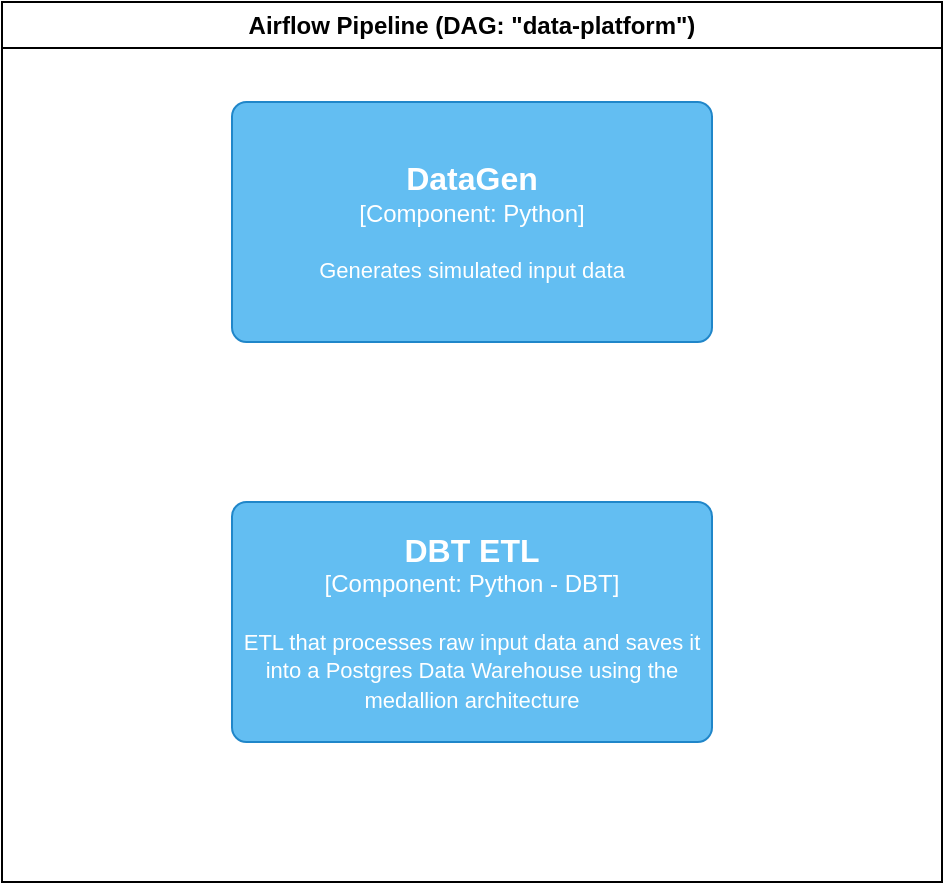
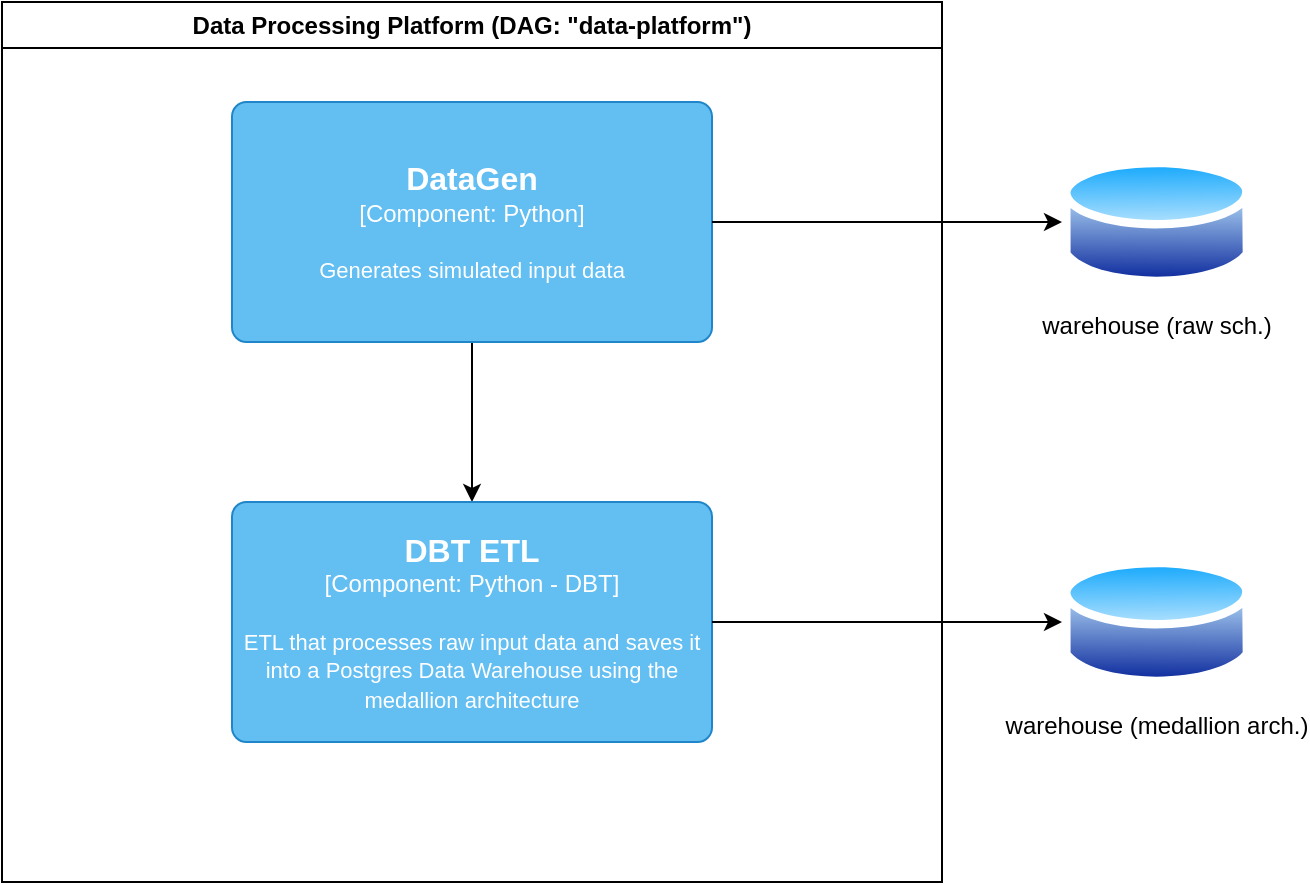
<mxfile host="65bd71144e">
    <diagram id="xYE2t8iVQX2xIOo_Cokw" name="Components">
-         <mxGraphModel dx="595" dy="496" grid="1" gridSize="10" guides="1" tooltips="1" connect="1" arrows="1" fold="1" page="1" pageScale="1" pageWidth="850" pageHeight="1100" math="0" shadow="0">
+         <mxGraphModel dx="606" dy="496" grid="1" gridSize="10" guides="1" tooltips="1" connect="1" arrows="1" fold="1" page="1" pageScale="1" pageWidth="850" pageHeight="1100" math="0" shadow="0">
            <root>
                <mxCell id="0"/>
                <mxCell id="1" parent="0"/>
-                 <mxCell id="3" value="Airflow Pipeline (DAG: &quot;data-platform&quot;)" style="swimlane;whiteSpace=wrap;html=1;" parent="1" vertex="1">
+                 <mxCell id="3" value="Data Processing Platform (DAG: &quot;data-platform&quot;)" style="swimlane;whiteSpace=wrap;html=1;" parent="1" vertex="1">
                    <mxGeometry x="80" y="50" width="470" height="440" as="geometry"/>
+                 </mxCell>
+                 <mxCell id="5" style="edgeStyle=none;html=1;exitX=0.5;exitY=1;exitDx=0;exitDy=0;exitPerimeter=0;entryX=0.5;entryY=0;entryDx=0;entryDy=0;entryPerimeter=0;" edge="1" parent="3" source="2" target="4">
+                     <mxGeometry relative="1" as="geometry"/>
                </mxCell>
                <object placeholders="1" c4Name="DataGen" c4Type="Component" c4Technology="Python" c4Description="Generates simulated input data" label="&lt;font style=&quot;font-size: 16px&quot;&gt;&lt;b&gt;%c4Name%&lt;/b&gt;&lt;/font&gt;&lt;div&gt;[%c4Type%: %c4Technology%]&lt;/div&gt;&lt;br&gt;&lt;div&gt;&lt;font style=&quot;font-size: 11px&quot;&gt;%c4Description%&lt;/font&gt;&lt;/div&gt;" id="2">
                    <mxCell style="rounded=1;whiteSpace=wrap;html=1;labelBackgroundColor=none;fillColor=#63BEF2;fontColor=#ffffff;align=center;arcSize=6;strokeColor=#2086C9;metaEdit=1;resizable=0;points=[[0.25,0,0],[0.5,0,0],[0.75,0,0],[1,0.25,0],[1,0.5,0],[1,0.75,0],[0.75,1,0],[0.5,1,0],[0.25,1,0],[0,0.75,0],[0,0.5,0],[0,0.25,0]];" parent="3" vertex="1">
                        <mxGeometry x="115" y="50" width="240" height="120" as="geometry"/>
                    </mxCell>
                </object>
                <object placeholders="1" c4Name="DBT ETL" c4Type="Component" c4Technology="Python - DBT" c4Description="ETL that processes raw input data and saves it into a Postgres Data Warehouse using the medallion architecture" label="&lt;font style=&quot;font-size: 16px&quot;&gt;&lt;b&gt;%c4Name%&lt;/b&gt;&lt;/font&gt;&lt;div&gt;[%c4Type%: %c4Technology%]&lt;/div&gt;&lt;br&gt;&lt;div&gt;&lt;font style=&quot;font-size: 11px&quot;&gt;%c4Description%&lt;/font&gt;&lt;/div&gt;" id="4">
                    <mxCell style="rounded=1;whiteSpace=wrap;html=1;labelBackgroundColor=none;fillColor=#63BEF2;fontColor=#ffffff;align=center;arcSize=6;strokeColor=#2086C9;metaEdit=1;resizable=0;points=[[0.25,0,0],[0.5,0,0],[0.75,0,0],[1,0.25,0],[1,0.5,0],[1,0.75,0],[0.75,1,0],[0.5,1,0],[0.25,1,0],[0,0.75,0],[0,0.5,0],[0,0.25,0]];" parent="3" vertex="1">
                        <mxGeometry x="115" y="250" width="240" height="120" as="geometry"/>
                    </mxCell>
                </object>
+                 <mxCell id="6" value="warehouse (medallion arch.)" style="aspect=fixed;perimeter=ellipsePerimeter;html=1;align=center;shadow=0;dashed=0;spacingTop=3;image;image=img/lib/active_directory/database.svg;" vertex="1" parent="1">
+                     <mxGeometry x="610" y="325" width="94.59" height="70" as="geometry"/>
+                 </mxCell>
+                 <mxCell id="7" style="edgeStyle=none;html=1;exitX=1;exitY=0.5;exitDx=0;exitDy=0;exitPerimeter=0;entryX=0;entryY=0.5;entryDx=0;entryDy=0;" edge="1" parent="1" source="4" target="6">
+                     <mxGeometry relative="1" as="geometry"/>
+                 </mxCell>
+                 <mxCell id="9" value="warehouse (raw sch.)" style="aspect=fixed;perimeter=ellipsePerimeter;html=1;align=center;shadow=0;dashed=0;spacingTop=3;image;image=img/lib/active_directory/database.svg;" vertex="1" parent="1">
+                     <mxGeometry x="610" y="125" width="94.59" height="70" as="geometry"/>
+                 </mxCell>
+                 <mxCell id="12" style="edgeStyle=none;html=1;exitX=1;exitY=0.5;exitDx=0;exitDy=0;exitPerimeter=0;entryX=0;entryY=0.5;entryDx=0;entryDy=0;" edge="1" parent="1" source="2" target="9">
+                     <mxGeometry relative="1" as="geometry"/>
+                 </mxCell>
            </root>
        </mxGraphModel>
    </diagram>
    <diagram id="dlRddYenT5C0NCbDUq_K" name="Bronze">
        <mxGraphModel dx="595" dy="496" grid="1" gridSize="10" guides="1" tooltips="1" connect="1" arrows="1" fold="1" page="1" pageScale="1" pageWidth="850" pageHeight="1100" math="0" shadow="0">
            <root>
                <mxCell id="0"/>
                <mxCell id="1" parent="0"/>
                <mxCell id="EnvoA6NxCNI2YnVRdgfu-5" value="users" style="shape=table;startSize=30;container=1;collapsible=0;childLayout=tableLayout;fixedRows=1;rowLines=0;fontStyle=1;" parent="1" vertex="1">
                    <mxGeometry x="50" y="35" width="200" height="330" as="geometry"/>
                </mxCell>
                <mxCell id="EnvoA6NxCNI2YnVRdgfu-6" value="" style="shape=tableRow;horizontal=0;startSize=0;swimlaneHead=0;swimlaneBody=0;top=0;left=0;bottom=0;right=0;collapsible=0;dropTarget=0;fillColor=none;points=[[0,0.5],[1,0.5]];portConstraint=eastwest;" parent="EnvoA6NxCNI2YnVRdgfu-5" vertex="1">
                    <mxGeometry y="30" width="200" height="30" as="geometry"/>
                </mxCell>
                <mxCell id="EnvoA6NxCNI2YnVRdgfu-7" value="PK" style="shape=partialRectangle;html=1;whiteSpace=wrap;connectable=0;fillColor=none;top=0;left=0;bottom=0;right=0;overflow=hidden;pointerEvents=1;" parent="EnvoA6NxCNI2YnVRdgfu-6" vertex="1">
                    <mxGeometry width="44" height="30" as="geometry">
                        <mxRectangle width="44" height="30" as="alternateBounds"/>
                    </mxGeometry>
                </mxCell>
                <mxCell id="EnvoA6NxCNI2YnVRdgfu-8" value="user_id: SERIAL" style="shape=partialRectangle;html=1;whiteSpace=wrap;connectable=0;fillColor=none;top=0;left=0;bottom=0;right=0;align=left;spacingLeft=6;overflow=hidden;fontStyle=1" parent="EnvoA6NxCNI2YnVRdgfu-6" vertex="1">
                    <mxGeometry x="44" width="156" height="30" as="geometry">
                        <mxRectangle width="156" height="30" as="alternateBounds"/>
                    </mxGeometry>
                </mxCell>
                <mxCell id="EnvoA6NxCNI2YnVRdgfu-9" value="" style="shape=tableRow;horizontal=0;startSize=0;swimlaneHead=0;swimlaneBody=0;top=0;left=0;bottom=0;right=0;collapsible=0;dropTarget=0;fillColor=none;points=[[0,0.5],[1,0.5]];portConstraint=eastwest;" parent="EnvoA6NxCNI2YnVRdgfu-5" vertex="1">
                    <mxGeometry y="60" width="200" height="30" as="geometry"/>
                </mxCell>
                <mxCell id="EnvoA6NxCNI2YnVRdgfu-10" value="" style="shape=partialRectangle;html=1;whiteSpace=wrap;connectable=0;fillColor=none;top=0;left=0;bottom=0;right=0;overflow=hidden;" parent="EnvoA6NxCNI2YnVRdgfu-9" vertex="1">
                    <mxGeometry width="44" height="30" as="geometry">
                        <mxRectangle width="44" height="30" as="alternateBounds"/>
                    </mxGeometry>
                </mxCell>
                <mxCell id="EnvoA6NxCNI2YnVRdgfu-11" value="full_name: VARCHAR" style="shape=partialRectangle;html=1;whiteSpace=wrap;connectable=0;fillColor=none;top=0;left=0;bottom=0;right=0;align=left;spacingLeft=6;overflow=hidden;" parent="EnvoA6NxCNI2YnVRdgfu-9" vertex="1">
                    <mxGeometry x="44" width="156" height="30" as="geometry">
                        <mxRectangle width="156" height="30" as="alternateBounds"/>
                    </mxGeometry>
                </mxCell>
                <mxCell id="EnvoA6NxCNI2YnVRdgfu-40" value="" style="shape=tableRow;horizontal=0;startSize=0;swimlaneHead=0;swimlaneBody=0;top=0;left=0;bottom=0;right=0;collapsible=0;dropTarget=0;fillColor=none;points=[[0,0.5],[1,0.5]];portConstraint=eastwest;" parent="EnvoA6NxCNI2YnVRdgfu-5" vertex="1">
                    <mxGeometry y="90" width="200" height="30" as="geometry"/>
                </mxCell>
                <mxCell id="EnvoA6NxCNI2YnVRdgfu-41" value="" style="shape=partialRectangle;html=1;whiteSpace=wrap;connectable=0;fillColor=none;top=0;left=0;bottom=0;right=0;overflow=hidden;" parent="EnvoA6NxCNI2YnVRdgfu-40" vertex="1">
                    <mxGeometry width="44" height="30" as="geometry">
                        <mxRectangle width="44" height="30" as="alternateBounds"/>
                    </mxGeometry>
                </mxCell>
                <mxCell id="EnvoA6NxCNI2YnVRdgfu-42" value="address: VARCHAR" style="shape=partialRectangle;html=1;whiteSpace=wrap;connectable=0;fillColor=none;top=0;left=0;bottom=0;right=0;align=left;spacingLeft=6;overflow=hidden;" parent="EnvoA6NxCNI2YnVRdgfu-40" vertex="1">
                    <mxGeometry x="44" width="156" height="30" as="geometry">
                        <mxRectangle width="156" height="30" as="alternateBounds"/>
                    </mxGeometry>
                </mxCell>
                <mxCell id="iwA-QdRS2liRwgP0JRse-1" value="" style="shape=tableRow;horizontal=0;startSize=0;swimlaneHead=0;swimlaneBody=0;top=0;left=0;bottom=0;right=0;collapsible=0;dropTarget=0;fillColor=none;points=[[0,0.5],[1,0.5]];portConstraint=eastwest;" parent="EnvoA6NxCNI2YnVRdgfu-5" vertex="1">
                    <mxGeometry y="120" width="200" height="30" as="geometry"/>
                </mxCell>
                <mxCell id="iwA-QdRS2liRwgP0JRse-2" value="" style="shape=partialRectangle;html=1;whiteSpace=wrap;connectable=0;fillColor=none;top=0;left=0;bottom=0;right=0;overflow=hidden;" parent="iwA-QdRS2liRwgP0JRse-1" vertex="1">
                    <mxGeometry width="44" height="30" as="geometry">
                        <mxRectangle width="44" height="30" as="alternateBounds"/>
                    </mxGeometry>
                </mxCell>
                <mxCell id="iwA-QdRS2liRwgP0JRse-3" value="city: VARCHAR" style="shape=partialRectangle;html=1;whiteSpace=wrap;connectable=0;fillColor=none;top=0;left=0;bottom=0;right=0;align=left;spacingLeft=6;overflow=hidden;" parent="iwA-QdRS2liRwgP0JRse-1" vertex="1">
                    <mxGeometry x="44" width="156" height="30" as="geometry">
                        <mxRectangle width="156" height="30" as="alternateBounds"/>
                    </mxGeometry>
                </mxCell>
                <mxCell id="iwA-QdRS2liRwgP0JRse-4" value="" style="shape=tableRow;horizontal=0;startSize=0;swimlaneHead=0;swimlaneBody=0;top=0;left=0;bottom=0;right=0;collapsible=0;dropTarget=0;fillColor=none;points=[[0,0.5],[1,0.5]];portConstraint=eastwest;" parent="EnvoA6NxCNI2YnVRdgfu-5" vertex="1">
                    <mxGeometry y="150" width="200" height="30" as="geometry"/>
                </mxCell>
                <mxCell id="iwA-QdRS2liRwgP0JRse-5" value="" style="shape=partialRectangle;html=1;whiteSpace=wrap;connectable=0;fillColor=none;top=0;left=0;bottom=0;right=0;overflow=hidden;" parent="iwA-QdRS2liRwgP0JRse-4" vertex="1">
                    <mxGeometry width="44" height="30" as="geometry">
                        <mxRectangle width="44" height="30" as="alternateBounds"/>
                    </mxGeometry>
                </mxCell>
                <mxCell id="iwA-QdRS2liRwgP0JRse-6" value="state: VARCHAR" style="shape=partialRectangle;html=1;whiteSpace=wrap;connectable=0;fillColor=none;top=0;left=0;bottom=0;right=0;align=left;spacingLeft=6;overflow=hidden;" parent="iwA-QdRS2liRwgP0JRse-4" vertex="1">
                    <mxGeometry x="44" width="156" height="30" as="geometry">
                        <mxRectangle width="156" height="30" as="alternateBounds"/>
                    </mxGeometry>
                </mxCell>
                <mxCell id="EnvoA6NxCNI2YnVRdgfu-34" value="" style="shape=tableRow;horizontal=0;startSize=0;swimlaneHead=0;swimlaneBody=0;top=0;left=0;bottom=0;right=0;collapsible=0;dropTarget=0;fillColor=none;points=[[0,0.5],[1,0.5]];portConstraint=eastwest;" parent="EnvoA6NxCNI2YnVRdgfu-5" vertex="1">
                    <mxGeometry y="180" width="200" height="30" as="geometry"/>
                </mxCell>
                <mxCell id="EnvoA6NxCNI2YnVRdgfu-35" value="" style="shape=partialRectangle;html=1;whiteSpace=wrap;connectable=0;fillColor=none;top=0;left=0;bottom=0;right=0;overflow=hidden;" parent="EnvoA6NxCNI2YnVRdgfu-34" vertex="1">
                    <mxGeometry width="44" height="30" as="geometry">
                        <mxRectangle width="44" height="30" as="alternateBounds"/>
                    </mxGeometry>
                </mxCell>
                <mxCell id="EnvoA6NxCNI2YnVRdgfu-36" value="country: VARCHAR" style="shape=partialRectangle;html=1;whiteSpace=wrap;connectable=0;fillColor=none;top=0;left=0;bottom=0;right=0;align=left;spacingLeft=6;overflow=hidden;" parent="EnvoA6NxCNI2YnVRdgfu-34" vertex="1">
                    <mxGeometry x="44" width="156" height="30" as="geometry">
                        <mxRectangle width="156" height="30" as="alternateBounds"/>
                    </mxGeometry>
                </mxCell>
                <mxCell id="EnvoA6NxCNI2YnVRdgfu-12" value="" style="shape=tableRow;horizontal=0;startSize=0;swimlaneHead=0;swimlaneBody=0;top=0;left=0;bottom=0;right=0;collapsible=0;dropTarget=0;fillColor=none;points=[[0,0.5],[1,0.5]];portConstraint=eastwest;" parent="EnvoA6NxCNI2YnVRdgfu-5" vertex="1">
                    <mxGeometry y="210" width="200" height="30" as="geometry"/>
                </mxCell>
                <mxCell id="EnvoA6NxCNI2YnVRdgfu-13" value="" style="shape=partialRectangle;html=1;whiteSpace=wrap;connectable=0;fillColor=none;top=0;left=0;bottom=0;right=0;overflow=hidden;" parent="EnvoA6NxCNI2YnVRdgfu-12" vertex="1">
                    <mxGeometry width="44" height="30" as="geometry">
                        <mxRectangle width="44" height="30" as="alternateBounds"/>
                    </mxGeometry>
                </mxCell>
                <mxCell id="EnvoA6NxCNI2YnVRdgfu-14" value="credit_limit: FLOAT" style="shape=partialRectangle;html=1;whiteSpace=wrap;connectable=0;fillColor=none;top=0;left=0;bottom=0;right=0;align=left;spacingLeft=6;overflow=hidden;" parent="EnvoA6NxCNI2YnVRdgfu-12" vertex="1">
                    <mxGeometry x="44" width="156" height="30" as="geometry">
                        <mxRectangle width="156" height="30" as="alternateBounds"/>
                    </mxGeometry>
                </mxCell>
                <mxCell id="EnvoA6NxCNI2YnVRdgfu-15" value="" style="shape=tableRow;horizontal=0;startSize=0;swimlaneHead=0;swimlaneBody=0;top=0;left=0;bottom=0;right=0;collapsible=0;dropTarget=0;fillColor=none;points=[[0,0.5],[1,0.5]];portConstraint=eastwest;" parent="EnvoA6NxCNI2YnVRdgfu-5" vertex="1">
                    <mxGeometry y="240" width="200" height="30" as="geometry"/>
                </mxCell>
                <mxCell id="EnvoA6NxCNI2YnVRdgfu-16" value="" style="shape=partialRectangle;html=1;whiteSpace=wrap;connectable=0;fillColor=none;top=0;left=0;bottom=0;right=0;overflow=hidden;" parent="EnvoA6NxCNI2YnVRdgfu-15" vertex="1">
                    <mxGeometry width="44" height="30" as="geometry">
                        <mxRectangle width="44" height="30" as="alternateBounds"/>
                    </mxGeometry>
                </mxCell>
                <mxCell id="EnvoA6NxCNI2YnVRdgfu-17" value="risk_score: FLOAT" style="shape=partialRectangle;html=1;whiteSpace=wrap;connectable=0;fillColor=none;top=0;left=0;bottom=0;right=0;align=left;spacingLeft=6;overflow=hidden;" parent="EnvoA6NxCNI2YnVRdgfu-15" vertex="1">
                    <mxGeometry x="44" width="156" height="30" as="geometry">
                        <mxRectangle width="156" height="30" as="alternateBounds"/>
                    </mxGeometry>
                </mxCell>
                <mxCell id="EnvoA6NxCNI2YnVRdgfu-31" value="" style="shape=tableRow;horizontal=0;startSize=0;swimlaneHead=0;swimlaneBody=0;top=0;left=0;bottom=0;right=0;collapsible=0;dropTarget=0;fillColor=none;points=[[0,0.5],[1,0.5]];portConstraint=eastwest;" parent="EnvoA6NxCNI2YnVRdgfu-5" vertex="1">
                    <mxGeometry y="270" width="200" height="30" as="geometry"/>
                </mxCell>
                <mxCell id="EnvoA6NxCNI2YnVRdgfu-32" value="" style="shape=partialRectangle;html=1;whiteSpace=wrap;connectable=0;fillColor=none;top=0;left=0;bottom=0;right=0;overflow=hidden;" parent="EnvoA6NxCNI2YnVRdgfu-31" vertex="1">
                    <mxGeometry width="44" height="30" as="geometry">
                        <mxRectangle width="44" height="30" as="alternateBounds"/>
                    </mxGeometry>
                </mxCell>
                <mxCell id="EnvoA6NxCNI2YnVRdgfu-33" value="created_at: TIMESTAMP" style="shape=partialRectangle;html=1;whiteSpace=wrap;connectable=0;fillColor=none;top=0;left=0;bottom=0;right=0;align=left;spacingLeft=6;overflow=hidden;" parent="EnvoA6NxCNI2YnVRdgfu-31" vertex="1">
                    <mxGeometry x="44" width="156" height="30" as="geometry">
                        <mxRectangle width="156" height="30" as="alternateBounds"/>
                    </mxGeometry>
                </mxCell>
                <mxCell id="EnvoA6NxCNI2YnVRdgfu-148" value="" style="shape=tableRow;horizontal=0;startSize=0;swimlaneHead=0;swimlaneBody=0;top=0;left=0;bottom=0;right=0;collapsible=0;dropTarget=0;fillColor=none;points=[[0,0.5],[1,0.5]];portConstraint=eastwest;" parent="EnvoA6NxCNI2YnVRdgfu-5" vertex="1">
                    <mxGeometry y="300" width="200" height="30" as="geometry"/>
                </mxCell>
                <mxCell id="EnvoA6NxCNI2YnVRdgfu-149" value="" style="shape=partialRectangle;html=1;whiteSpace=wrap;connectable=0;fillColor=none;top=0;left=0;bottom=0;right=0;overflow=hidden;" parent="EnvoA6NxCNI2YnVRdgfu-148" vertex="1">
                    <mxGeometry width="44" height="30" as="geometry">
                        <mxRectangle width="44" height="30" as="alternateBounds"/>
                    </mxGeometry>
                </mxCell>
                <mxCell id="EnvoA6NxCNI2YnVRdgfu-150" value="updated_at: TIMESTAMP" style="shape=partialRectangle;html=1;whiteSpace=wrap;connectable=0;fillColor=none;top=0;left=0;bottom=0;right=0;align=left;spacingLeft=6;overflow=hidden;" parent="EnvoA6NxCNI2YnVRdgfu-148" vertex="1">
                    <mxGeometry x="44" width="156" height="30" as="geometry">
                        <mxRectangle width="156" height="30" as="alternateBounds"/>
                    </mxGeometry>
                </mxCell>
                <mxCell id="EnvoA6NxCNI2YnVRdgfu-18" value="purchases" style="shape=table;startSize=30;container=1;collapsible=0;childLayout=tableLayout;fixedRows=1;rowLines=0;fontStyle=1;" parent="1" vertex="1">
                    <mxGeometry x="425" y="80" width="210" height="300" as="geometry"/>
                </mxCell>
                <mxCell id="EnvoA6NxCNI2YnVRdgfu-19" value="" style="shape=tableRow;horizontal=0;startSize=0;swimlaneHead=0;swimlaneBody=0;top=0;left=0;bottom=0;right=0;collapsible=0;dropTarget=0;fillColor=none;points=[[0,0.5],[1,0.5]];portConstraint=eastwest;" parent="EnvoA6NxCNI2YnVRdgfu-18" vertex="1">
                    <mxGeometry y="30" width="210" height="30" as="geometry"/>
                </mxCell>
                <mxCell id="EnvoA6NxCNI2YnVRdgfu-20" value="PK" style="shape=partialRectangle;html=1;whiteSpace=wrap;connectable=0;fillColor=none;top=0;left=0;bottom=0;right=0;overflow=hidden;pointerEvents=1;" parent="EnvoA6NxCNI2YnVRdgfu-19" vertex="1">
                    <mxGeometry width="47" height="30" as="geometry">
                        <mxRectangle width="47" height="30" as="alternateBounds"/>
                    </mxGeometry>
                </mxCell>
                <mxCell id="EnvoA6NxCNI2YnVRdgfu-21" value="purchase_id: SERIAL" style="shape=partialRectangle;html=1;whiteSpace=wrap;connectable=0;fillColor=none;top=0;left=0;bottom=0;right=0;align=left;spacingLeft=6;overflow=hidden;fontStyle=1" parent="EnvoA6NxCNI2YnVRdgfu-19" vertex="1">
                    <mxGeometry x="47" width="163" height="30" as="geometry">
                        <mxRectangle width="163" height="30" as="alternateBounds"/>
                    </mxGeometry>
                </mxCell>
                <mxCell id="EnvoA6NxCNI2YnVRdgfu-22" value="" style="shape=tableRow;horizontal=0;startSize=0;swimlaneHead=0;swimlaneBody=0;top=0;left=0;bottom=0;right=0;collapsible=0;dropTarget=0;fillColor=none;points=[[0,0.5],[1,0.5]];portConstraint=eastwest;" parent="EnvoA6NxCNI2YnVRdgfu-18" vertex="1">
                    <mxGeometry y="60" width="210" height="30" as="geometry"/>
                </mxCell>
                <mxCell id="EnvoA6NxCNI2YnVRdgfu-23" value="FK" style="shape=partialRectangle;html=1;whiteSpace=wrap;connectable=0;fillColor=none;top=0;left=0;bottom=0;right=0;overflow=hidden;" parent="EnvoA6NxCNI2YnVRdgfu-22" vertex="1">
                    <mxGeometry width="47" height="30" as="geometry">
                        <mxRectangle width="47" height="30" as="alternateBounds"/>
                    </mxGeometry>
                </mxCell>
                <mxCell id="EnvoA6NxCNI2YnVRdgfu-24" value="&lt;u&gt;user_id&lt;/u&gt;: INT" style="shape=partialRectangle;html=1;whiteSpace=wrap;connectable=0;fillColor=none;top=0;left=0;bottom=0;right=0;align=left;spacingLeft=6;overflow=hidden;" parent="EnvoA6NxCNI2YnVRdgfu-22" vertex="1">
                    <mxGeometry x="47" width="163" height="30" as="geometry">
                        <mxRectangle width="163" height="30" as="alternateBounds"/>
                    </mxGeometry>
                </mxCell>
                <mxCell id="EnvoA6NxCNI2YnVRdgfu-25" value="" style="shape=tableRow;horizontal=0;startSize=0;swimlaneHead=0;swimlaneBody=0;top=0;left=0;bottom=0;right=0;collapsible=0;dropTarget=0;fillColor=none;points=[[0,0.5],[1,0.5]];portConstraint=eastwest;" parent="EnvoA6NxCNI2YnVRdgfu-18" vertex="1">
                    <mxGeometry y="90" width="210" height="30" as="geometry"/>
                </mxCell>
                <mxCell id="EnvoA6NxCNI2YnVRdgfu-26" value="FK" style="shape=partialRectangle;html=1;whiteSpace=wrap;connectable=0;fillColor=none;top=0;left=0;bottom=0;right=0;overflow=hidden;" parent="EnvoA6NxCNI2YnVRdgfu-25" vertex="1">
                    <mxGeometry width="47" height="30" as="geometry">
                        <mxRectangle width="47" height="30" as="alternateBounds"/>
                    </mxGeometry>
                </mxCell>
                <mxCell id="EnvoA6NxCNI2YnVRdgfu-27" value="&lt;u&gt;merchant_id&lt;/u&gt;: INT" style="shape=partialRectangle;html=1;whiteSpace=wrap;connectable=0;fillColor=none;top=0;left=0;bottom=0;right=0;align=left;spacingLeft=6;overflow=hidden;" parent="EnvoA6NxCNI2YnVRdgfu-25" vertex="1">
                    <mxGeometry x="47" width="163" height="30" as="geometry">
                        <mxRectangle width="163" height="30" as="alternateBounds"/>
                    </mxGeometry>
                </mxCell>
                <mxCell id="EnvoA6NxCNI2YnVRdgfu-28" value="" style="shape=tableRow;horizontal=0;startSize=0;swimlaneHead=0;swimlaneBody=0;top=0;left=0;bottom=0;right=0;collapsible=0;dropTarget=0;fillColor=none;points=[[0,0.5],[1,0.5]];portConstraint=eastwest;" parent="EnvoA6NxCNI2YnVRdgfu-18" vertex="1">
                    <mxGeometry y="120" width="210" height="30" as="geometry"/>
                </mxCell>
                <mxCell id="EnvoA6NxCNI2YnVRdgfu-29" value="" style="shape=partialRectangle;html=1;whiteSpace=wrap;connectable=0;fillColor=none;top=0;left=0;bottom=0;right=0;overflow=hidden;" parent="EnvoA6NxCNI2YnVRdgfu-28" vertex="1">
                    <mxGeometry width="47" height="30" as="geometry">
                        <mxRectangle width="47" height="30" as="alternateBounds"/>
                    </mxGeometry>
                </mxCell>
                <mxCell id="EnvoA6NxCNI2YnVRdgfu-30" value="product_id: INT" style="shape=partialRectangle;html=1;whiteSpace=wrap;connectable=0;fillColor=none;top=0;left=0;bottom=0;right=0;align=left;spacingLeft=6;overflow=hidden;" parent="EnvoA6NxCNI2YnVRdgfu-28" vertex="1">
                    <mxGeometry x="47" width="163" height="30" as="geometry">
                        <mxRectangle width="163" height="30" as="alternateBounds"/>
                    </mxGeometry>
                </mxCell>
                <mxCell id="EnvoA6NxCNI2YnVRdgfu-96" value="" style="shape=tableRow;horizontal=0;startSize=0;swimlaneHead=0;swimlaneBody=0;top=0;left=0;bottom=0;right=0;collapsible=0;dropTarget=0;fillColor=none;points=[[0,0.5],[1,0.5]];portConstraint=eastwest;" parent="EnvoA6NxCNI2YnVRdgfu-18" vertex="1">
                    <mxGeometry y="150" width="210" height="30" as="geometry"/>
                </mxCell>
                <mxCell id="EnvoA6NxCNI2YnVRdgfu-97" value="" style="shape=partialRectangle;html=1;whiteSpace=wrap;connectable=0;fillColor=none;top=0;left=0;bottom=0;right=0;overflow=hidden;" parent="EnvoA6NxCNI2YnVRdgfu-96" vertex="1">
                    <mxGeometry width="47" height="30" as="geometry">
                        <mxRectangle width="47" height="30" as="alternateBounds"/>
                    </mxGeometry>
                </mxCell>
                <mxCell id="EnvoA6NxCNI2YnVRdgfu-98" value="product_name: VARCHAR" style="shape=partialRectangle;html=1;whiteSpace=wrap;connectable=0;fillColor=none;top=0;left=0;bottom=0;right=0;align=left;spacingLeft=6;overflow=hidden;" parent="EnvoA6NxCNI2YnVRdgfu-96" vertex="1">
                    <mxGeometry x="47" width="163" height="30" as="geometry">
                        <mxRectangle width="163" height="30" as="alternateBounds"/>
                    </mxGeometry>
                </mxCell>
                <mxCell id="EnvoA6NxCNI2YnVRdgfu-99" value="" style="shape=tableRow;horizontal=0;startSize=0;swimlaneHead=0;swimlaneBody=0;top=0;left=0;bottom=0;right=0;collapsible=0;dropTarget=0;fillColor=none;points=[[0,0.5],[1,0.5]];portConstraint=eastwest;" parent="EnvoA6NxCNI2YnVRdgfu-18" vertex="1">
                    <mxGeometry y="180" width="210" height="30" as="geometry"/>
                </mxCell>
                <mxCell id="EnvoA6NxCNI2YnVRdgfu-100" value="" style="shape=partialRectangle;html=1;whiteSpace=wrap;connectable=0;fillColor=none;top=0;left=0;bottom=0;right=0;overflow=hidden;" parent="EnvoA6NxCNI2YnVRdgfu-99" vertex="1">
                    <mxGeometry width="47" height="30" as="geometry">
                        <mxRectangle width="47" height="30" as="alternateBounds"/>
                    </mxGeometry>
                </mxCell>
                <mxCell id="EnvoA6NxCNI2YnVRdgfu-101" value="purchase_value: FLOAT" style="shape=partialRectangle;html=1;whiteSpace=wrap;connectable=0;fillColor=none;top=0;left=0;bottom=0;right=0;align=left;spacingLeft=6;overflow=hidden;" parent="EnvoA6NxCNI2YnVRdgfu-99" vertex="1">
                    <mxGeometry x="47" width="163" height="30" as="geometry">
                        <mxRectangle width="163" height="30" as="alternateBounds"/>
                    </mxGeometry>
                </mxCell>
                <mxCell id="EnvoA6NxCNI2YnVRdgfu-102" value="" style="shape=tableRow;horizontal=0;startSize=0;swimlaneHead=0;swimlaneBody=0;top=0;left=0;bottom=0;right=0;collapsible=0;dropTarget=0;fillColor=none;points=[[0,0.5],[1,0.5]];portConstraint=eastwest;" parent="EnvoA6NxCNI2YnVRdgfu-18" vertex="1">
                    <mxGeometry y="210" width="210" height="30" as="geometry"/>
                </mxCell>
                <mxCell id="EnvoA6NxCNI2YnVRdgfu-103" value="" style="shape=partialRectangle;html=1;whiteSpace=wrap;connectable=0;fillColor=none;top=0;left=0;bottom=0;right=0;overflow=hidden;" parent="EnvoA6NxCNI2YnVRdgfu-102" vertex="1">
                    <mxGeometry width="47" height="30" as="geometry">
                        <mxRectangle width="47" height="30" as="alternateBounds"/>
                    </mxGeometry>
                </mxCell>
                <mxCell id="EnvoA6NxCNI2YnVRdgfu-104" value="currency_code: VARCHAR" style="shape=partialRectangle;html=1;whiteSpace=wrap;connectable=0;fillColor=none;top=0;left=0;bottom=0;right=0;align=left;spacingLeft=6;overflow=hidden;" parent="EnvoA6NxCNI2YnVRdgfu-102" vertex="1">
                    <mxGeometry x="47" width="163" height="30" as="geometry">
                        <mxRectangle width="163" height="30" as="alternateBounds"/>
                    </mxGeometry>
                </mxCell>
                <mxCell id="1nZcA1wN6kb1lDq_q75q-1" value="" style="shape=tableRow;horizontal=0;startSize=0;swimlaneHead=0;swimlaneBody=0;top=0;left=0;bottom=0;right=0;collapsible=0;dropTarget=0;fillColor=none;points=[[0,0.5],[1,0.5]];portConstraint=eastwest;" vertex="1" parent="EnvoA6NxCNI2YnVRdgfu-18">
                    <mxGeometry y="240" width="210" height="30" as="geometry"/>
                </mxCell>
                <mxCell id="1nZcA1wN6kb1lDq_q75q-2" value="" style="shape=partialRectangle;html=1;whiteSpace=wrap;connectable=0;fillColor=none;top=0;left=0;bottom=0;right=0;overflow=hidden;" vertex="1" parent="1nZcA1wN6kb1lDq_q75q-1">
                    <mxGeometry width="47" height="30" as="geometry">
                        <mxRectangle width="47" height="30" as="alternateBounds"/>
                    </mxGeometry>
                </mxCell>
                <mxCell id="1nZcA1wN6kb1lDq_q75q-3" value="created_at: TIMESTAMP" style="shape=partialRectangle;html=1;whiteSpace=wrap;connectable=0;fillColor=none;top=0;left=0;bottom=0;right=0;align=left;spacingLeft=6;overflow=hidden;" vertex="1" parent="1nZcA1wN6kb1lDq_q75q-1">
                    <mxGeometry x="47" width="163" height="30" as="geometry">
                        <mxRectangle width="163" height="30" as="alternateBounds"/>
                    </mxGeometry>
                </mxCell>
                <mxCell id="1nZcA1wN6kb1lDq_q75q-4" value="" style="shape=tableRow;horizontal=0;startSize=0;swimlaneHead=0;swimlaneBody=0;top=0;left=0;bottom=0;right=0;collapsible=0;dropTarget=0;fillColor=none;points=[[0,0.5],[1,0.5]];portConstraint=eastwest;" vertex="1" parent="EnvoA6NxCNI2YnVRdgfu-18">
                    <mxGeometry y="270" width="210" height="30" as="geometry"/>
                </mxCell>
                <mxCell id="1nZcA1wN6kb1lDq_q75q-5" value="" style="shape=partialRectangle;html=1;whiteSpace=wrap;connectable=0;fillColor=none;top=0;left=0;bottom=0;right=0;overflow=hidden;" vertex="1" parent="1nZcA1wN6kb1lDq_q75q-4">
                    <mxGeometry width="47" height="30" as="geometry">
                        <mxRectangle width="47" height="30" as="alternateBounds"/>
                    </mxGeometry>
                </mxCell>
                <mxCell id="1nZcA1wN6kb1lDq_q75q-6" value="updated_at: TIMESTAMP" style="shape=partialRectangle;html=1;whiteSpace=wrap;connectable=0;fillColor=none;top=0;left=0;bottom=0;right=0;align=left;spacingLeft=6;overflow=hidden;" vertex="1" parent="1nZcA1wN6kb1lDq_q75q-4">
                    <mxGeometry x="47" width="163" height="30" as="geometry">
                        <mxRectangle width="163" height="30" as="alternateBounds"/>
                    </mxGeometry>
                </mxCell>
                <mxCell id="EnvoA6NxCNI2YnVRdgfu-43" value="&lt;span style=&quot;font-family: &amp;quot;Google Sans&amp;quot;, Arial, sans-serif; margin: 0px; border-bottom: 0px rgb(10, 10, 10);&quot; data-copy-service-computed-style=&quot;font-family: Google Sans, Arial, sans-serif; font-size: 16px; font-weight: 700; margin: 0px; text-decoration: none; border-bottom: 0px rgb(10, 10, 10);&quot; data-complete=&quot;true&quot; data-sfc-cb=&quot;&quot; data-sfc-root=&quot;ep&quot; class=&quot;Yjhzub&quot;&gt;&lt;font style=&quot;font-size: 13px;&quot;&gt;unique business, retailer, or vendor&lt;/font&gt;&lt;/span&gt;" style="shape=note;whiteSpace=wrap;html=1;backgroundOutline=1;darkOpacity=0.05;size=21;" parent="1" vertex="1">
                    <mxGeometry x="635" y="420" width="80" height="100" as="geometry"/>
                </mxCell>
                <mxCell id="EnvoA6NxCNI2YnVRdgfu-44" value="merchants" style="shape=table;startSize=30;container=1;collapsible=0;childLayout=tableLayout;fixedRows=1;rowLines=0;fontStyle=1;" parent="1" vertex="1">
                    <mxGeometry x="440" y="420" width="195" height="210" as="geometry"/>
                </mxCell>
                <mxCell id="EnvoA6NxCNI2YnVRdgfu-45" value="" style="shape=tableRow;horizontal=0;startSize=0;swimlaneHead=0;swimlaneBody=0;top=0;left=0;bottom=0;right=0;collapsible=0;dropTarget=0;fillColor=none;points=[[0,0.5],[1,0.5]];portConstraint=eastwest;" parent="EnvoA6NxCNI2YnVRdgfu-44" vertex="1">
                    <mxGeometry y="30" width="195" height="30" as="geometry"/>
                </mxCell>
                <mxCell id="EnvoA6NxCNI2YnVRdgfu-46" value="PK" style="shape=partialRectangle;html=1;whiteSpace=wrap;connectable=0;fillColor=none;top=0;left=0;bottom=0;right=0;overflow=hidden;pointerEvents=1;" parent="EnvoA6NxCNI2YnVRdgfu-45" vertex="1">
                    <mxGeometry width="43" height="30" as="geometry">
                        <mxRectangle width="43" height="30" as="alternateBounds"/>
                    </mxGeometry>
                </mxCell>
                <mxCell id="EnvoA6NxCNI2YnVRdgfu-47" value="merchant_id: SERIAL" style="shape=partialRectangle;html=1;whiteSpace=wrap;connectable=0;fillColor=none;top=0;left=0;bottom=0;right=0;align=left;spacingLeft=6;overflow=hidden;fontStyle=1" parent="EnvoA6NxCNI2YnVRdgfu-45" vertex="1">
                    <mxGeometry x="43" width="152" height="30" as="geometry">
                        <mxRectangle width="152" height="30" as="alternateBounds"/>
                    </mxGeometry>
                </mxCell>
                <mxCell id="EnvoA6NxCNI2YnVRdgfu-48" value="" style="shape=tableRow;horizontal=0;startSize=0;swimlaneHead=0;swimlaneBody=0;top=0;left=0;bottom=0;right=0;collapsible=0;dropTarget=0;fillColor=none;points=[[0,0.5],[1,0.5]];portConstraint=eastwest;" parent="EnvoA6NxCNI2YnVRdgfu-44" vertex="1">
                    <mxGeometry y="60" width="195" height="30" as="geometry"/>
                </mxCell>
                <mxCell id="EnvoA6NxCNI2YnVRdgfu-49" value="" style="shape=partialRectangle;html=1;whiteSpace=wrap;connectable=0;fillColor=none;top=0;left=0;bottom=0;right=0;overflow=hidden;" parent="EnvoA6NxCNI2YnVRdgfu-48" vertex="1">
                    <mxGeometry width="43" height="30" as="geometry">
                        <mxRectangle width="43" height="30" as="alternateBounds"/>
                    </mxGeometry>
                </mxCell>
                <mxCell id="EnvoA6NxCNI2YnVRdgfu-50" value="id_number: VARCHAR" style="shape=partialRectangle;html=1;whiteSpace=wrap;connectable=0;fillColor=none;top=0;left=0;bottom=0;right=0;align=left;spacingLeft=6;overflow=hidden;" parent="EnvoA6NxCNI2YnVRdgfu-48" vertex="1">
                    <mxGeometry x="43" width="152" height="30" as="geometry">
                        <mxRectangle width="152" height="30" as="alternateBounds"/>
                    </mxGeometry>
                </mxCell>
                <mxCell id="EnvoA6NxCNI2YnVRdgfu-51" value="" style="shape=tableRow;horizontal=0;startSize=0;swimlaneHead=0;swimlaneBody=0;top=0;left=0;bottom=0;right=0;collapsible=0;dropTarget=0;fillColor=none;points=[[0,0.5],[1,0.5]];portConstraint=eastwest;" parent="EnvoA6NxCNI2YnVRdgfu-44" vertex="1">
                    <mxGeometry y="90" width="195" height="30" as="geometry"/>
                </mxCell>
                <mxCell id="EnvoA6NxCNI2YnVRdgfu-52" value="" style="shape=partialRectangle;html=1;whiteSpace=wrap;connectable=0;fillColor=none;top=0;left=0;bottom=0;right=0;overflow=hidden;" parent="EnvoA6NxCNI2YnVRdgfu-51" vertex="1">
                    <mxGeometry width="43" height="30" as="geometry">
                        <mxRectangle width="43" height="30" as="alternateBounds"/>
                    </mxGeometry>
                </mxCell>
                <mxCell id="EnvoA6NxCNI2YnVRdgfu-53" value="name: VARCHAR" style="shape=partialRectangle;html=1;whiteSpace=wrap;connectable=0;fillColor=none;top=0;left=0;bottom=0;right=0;align=left;spacingLeft=6;overflow=hidden;" parent="EnvoA6NxCNI2YnVRdgfu-51" vertex="1">
                    <mxGeometry x="43" width="152" height="30" as="geometry">
                        <mxRectangle width="152" height="30" as="alternateBounds"/>
                    </mxGeometry>
                </mxCell>
                <mxCell id="EnvoA6NxCNI2YnVRdgfu-54" value="" style="shape=tableRow;horizontal=0;startSize=0;swimlaneHead=0;swimlaneBody=0;top=0;left=0;bottom=0;right=0;collapsible=0;dropTarget=0;fillColor=none;points=[[0,0.5],[1,0.5]];portConstraint=eastwest;" parent="EnvoA6NxCNI2YnVRdgfu-44" vertex="1">
                    <mxGeometry y="120" width="195" height="30" as="geometry"/>
                </mxCell>
                <mxCell id="EnvoA6NxCNI2YnVRdgfu-55" value="" style="shape=partialRectangle;html=1;whiteSpace=wrap;connectable=0;fillColor=none;top=0;left=0;bottom=0;right=0;overflow=hidden;" parent="EnvoA6NxCNI2YnVRdgfu-54" vertex="1">
                    <mxGeometry width="43" height="30" as="geometry">
                        <mxRectangle width="43" height="30" as="alternateBounds"/>
                    </mxGeometry>
                </mxCell>
                <mxCell id="EnvoA6NxCNI2YnVRdgfu-56" value="address: VARCHAR" style="shape=partialRectangle;html=1;whiteSpace=wrap;connectable=0;fillColor=none;top=0;left=0;bottom=0;right=0;align=left;spacingLeft=6;overflow=hidden;" parent="EnvoA6NxCNI2YnVRdgfu-54" vertex="1">
                    <mxGeometry x="43" width="152" height="30" as="geometry">
                        <mxRectangle width="152" height="30" as="alternateBounds"/>
                    </mxGeometry>
                </mxCell>
                <mxCell id="EnvoA6NxCNI2YnVRdgfu-132" value="" style="shape=tableRow;horizontal=0;startSize=0;swimlaneHead=0;swimlaneBody=0;top=0;left=0;bottom=0;right=0;collapsible=0;dropTarget=0;fillColor=none;points=[[0,0.5],[1,0.5]];portConstraint=eastwest;" parent="EnvoA6NxCNI2YnVRdgfu-44" vertex="1">
                    <mxGeometry y="150" width="195" height="30" as="geometry"/>
                </mxCell>
                <mxCell id="EnvoA6NxCNI2YnVRdgfu-133" value="" style="shape=partialRectangle;html=1;whiteSpace=wrap;connectable=0;fillColor=none;top=0;left=0;bottom=0;right=0;overflow=hidden;" parent="EnvoA6NxCNI2YnVRdgfu-132" vertex="1">
                    <mxGeometry width="43" height="30" as="geometry">
                        <mxRectangle width="43" height="30" as="alternateBounds"/>
                    </mxGeometry>
                </mxCell>
                <mxCell id="EnvoA6NxCNI2YnVRdgfu-134" value="created_at: TIMESTAMP" style="shape=partialRectangle;html=1;whiteSpace=wrap;connectable=0;fillColor=none;top=0;left=0;bottom=0;right=0;align=left;spacingLeft=6;overflow=hidden;" parent="EnvoA6NxCNI2YnVRdgfu-132" vertex="1">
                    <mxGeometry x="43" width="152" height="30" as="geometry">
                        <mxRectangle width="152" height="30" as="alternateBounds"/>
                    </mxGeometry>
                </mxCell>
                <mxCell id="EnvoA6NxCNI2YnVRdgfu-135" value="" style="shape=tableRow;horizontal=0;startSize=0;swimlaneHead=0;swimlaneBody=0;top=0;left=0;bottom=0;right=0;collapsible=0;dropTarget=0;fillColor=none;points=[[0,0.5],[1,0.5]];portConstraint=eastwest;" parent="EnvoA6NxCNI2YnVRdgfu-44" vertex="1">
                    <mxGeometry y="180" width="195" height="30" as="geometry"/>
                </mxCell>
                <mxCell id="EnvoA6NxCNI2YnVRdgfu-136" value="" style="shape=partialRectangle;html=1;whiteSpace=wrap;connectable=0;fillColor=none;top=0;left=0;bottom=0;right=0;overflow=hidden;" parent="EnvoA6NxCNI2YnVRdgfu-135" vertex="1">
                    <mxGeometry width="43" height="30" as="geometry">
                        <mxRectangle width="43" height="30" as="alternateBounds"/>
                    </mxGeometry>
                </mxCell>
                <mxCell id="EnvoA6NxCNI2YnVRdgfu-137" value="updated_at: TIMESTAMP" style="shape=partialRectangle;html=1;whiteSpace=wrap;connectable=0;fillColor=none;top=0;left=0;bottom=0;right=0;align=left;spacingLeft=6;overflow=hidden;" parent="EnvoA6NxCNI2YnVRdgfu-135" vertex="1">
                    <mxGeometry x="43" width="152" height="30" as="geometry">
                        <mxRectangle width="152" height="30" as="alternateBounds"/>
                    </mxGeometry>
                </mxCell>
                <mxCell id="EnvoA6NxCNI2YnVRdgfu-57" value="installments" style="shape=table;startSize=30;container=1;collapsible=0;childLayout=tableLayout;fixedRows=1;rowLines=0;fontStyle=1;" parent="1" vertex="1">
                    <mxGeometry x="70" y="435" width="250" height="300" as="geometry"/>
                </mxCell>
                <mxCell id="EnvoA6NxCNI2YnVRdgfu-58" value="" style="shape=tableRow;horizontal=0;startSize=0;swimlaneHead=0;swimlaneBody=0;top=0;left=0;bottom=0;right=0;collapsible=0;dropTarget=0;fillColor=none;points=[[0,0.5],[1,0.5]];portConstraint=eastwest;" parent="EnvoA6NxCNI2YnVRdgfu-57" vertex="1">
                    <mxGeometry y="30" width="250" height="30" as="geometry"/>
                </mxCell>
                <mxCell id="EnvoA6NxCNI2YnVRdgfu-59" value="PK" style="shape=partialRectangle;html=1;whiteSpace=wrap;connectable=0;fillColor=none;top=0;left=0;bottom=0;right=0;overflow=hidden;pointerEvents=1;" parent="EnvoA6NxCNI2YnVRdgfu-58" vertex="1">
                    <mxGeometry width="55" height="30" as="geometry">
                        <mxRectangle width="55" height="30" as="alternateBounds"/>
                    </mxGeometry>
                </mxCell>
                <mxCell id="EnvoA6NxCNI2YnVRdgfu-60" value="installment_id: SERIAL" style="shape=partialRectangle;html=1;whiteSpace=wrap;connectable=0;fillColor=none;top=0;left=0;bottom=0;right=0;align=left;spacingLeft=6;overflow=hidden;fontStyle=1" parent="EnvoA6NxCNI2YnVRdgfu-58" vertex="1">
                    <mxGeometry x="55" width="195" height="30" as="geometry">
                        <mxRectangle width="195" height="30" as="alternateBounds"/>
                    </mxGeometry>
                </mxCell>
                <mxCell id="EnvoA6NxCNI2YnVRdgfu-61" value="" style="shape=tableRow;horizontal=0;startSize=0;swimlaneHead=0;swimlaneBody=0;top=0;left=0;bottom=0;right=0;collapsible=0;dropTarget=0;fillColor=none;points=[[0,0.5],[1,0.5]];portConstraint=eastwest;" parent="EnvoA6NxCNI2YnVRdgfu-57" vertex="1">
                    <mxGeometry y="60" width="250" height="30" as="geometry"/>
                </mxCell>
                <mxCell id="EnvoA6NxCNI2YnVRdgfu-62" value="FK" style="shape=partialRectangle;html=1;whiteSpace=wrap;connectable=0;fillColor=none;top=0;left=0;bottom=0;right=0;overflow=hidden;" parent="EnvoA6NxCNI2YnVRdgfu-61" vertex="1">
                    <mxGeometry width="55" height="30" as="geometry">
                        <mxRectangle width="55" height="30" as="alternateBounds"/>
                    </mxGeometry>
                </mxCell>
                <mxCell id="EnvoA6NxCNI2YnVRdgfu-63" value="&lt;u&gt;purchase_id&lt;/u&gt;: INT" style="shape=partialRectangle;html=1;whiteSpace=wrap;connectable=0;fillColor=none;top=0;left=0;bottom=0;right=0;align=left;spacingLeft=6;overflow=hidden;" parent="EnvoA6NxCNI2YnVRdgfu-61" vertex="1">
                    <mxGeometry x="55" width="195" height="30" as="geometry">
                        <mxRectangle width="195" height="30" as="alternateBounds"/>
                    </mxGeometry>
                </mxCell>
                <mxCell id="EnvoA6NxCNI2YnVRdgfu-64" value="" style="shape=tableRow;horizontal=0;startSize=0;swimlaneHead=0;swimlaneBody=0;top=0;left=0;bottom=0;right=0;collapsible=0;dropTarget=0;fillColor=none;points=[[0,0.5],[1,0.5]];portConstraint=eastwest;" parent="EnvoA6NxCNI2YnVRdgfu-57" vertex="1">
                    <mxGeometry y="90" width="250" height="30" as="geometry"/>
                </mxCell>
                <mxCell id="EnvoA6NxCNI2YnVRdgfu-65" value="" style="shape=partialRectangle;html=1;whiteSpace=wrap;connectable=0;fillColor=none;top=0;left=0;bottom=0;right=0;overflow=hidden;" parent="EnvoA6NxCNI2YnVRdgfu-64" vertex="1">
                    <mxGeometry width="55" height="30" as="geometry">
                        <mxRectangle width="55" height="30" as="alternateBounds"/>
                    </mxGeometry>
                </mxCell>
                <mxCell id="EnvoA6NxCNI2YnVRdgfu-66" value="due_date: DATE" style="shape=partialRectangle;html=1;whiteSpace=wrap;connectable=0;fillColor=none;top=0;left=0;bottom=0;right=0;align=left;spacingLeft=6;overflow=hidden;" parent="EnvoA6NxCNI2YnVRdgfu-64" vertex="1">
                    <mxGeometry x="55" width="195" height="30" as="geometry">
                        <mxRectangle width="195" height="30" as="alternateBounds"/>
                    </mxGeometry>
                </mxCell>
                <mxCell id="EnvoA6NxCNI2YnVRdgfu-67" value="" style="shape=tableRow;horizontal=0;startSize=0;swimlaneHead=0;swimlaneBody=0;top=0;left=0;bottom=0;right=0;collapsible=0;dropTarget=0;fillColor=none;points=[[0,0.5],[1,0.5]];portConstraint=eastwest;" parent="EnvoA6NxCNI2YnVRdgfu-57" vertex="1">
                    <mxGeometry y="120" width="250" height="30" as="geometry"/>
                </mxCell>
                <mxCell id="EnvoA6NxCNI2YnVRdgfu-68" value="" style="shape=partialRectangle;html=1;whiteSpace=wrap;connectable=0;fillColor=none;top=0;left=0;bottom=0;right=0;overflow=hidden;" parent="EnvoA6NxCNI2YnVRdgfu-67" vertex="1">
                    <mxGeometry width="55" height="30" as="geometry">
                        <mxRectangle width="55" height="30" as="alternateBounds"/>
                    </mxGeometry>
                </mxCell>
                <mxCell id="EnvoA6NxCNI2YnVRdgfu-69" value="capital_value: FLOAT" style="shape=partialRectangle;html=1;whiteSpace=wrap;connectable=0;fillColor=none;top=0;left=0;bottom=0;right=0;align=left;spacingLeft=6;overflow=hidden;" parent="EnvoA6NxCNI2YnVRdgfu-67" vertex="1">
                    <mxGeometry x="55" width="195" height="30" as="geometry">
                        <mxRectangle width="195" height="30" as="alternateBounds"/>
                    </mxGeometry>
                </mxCell>
                <mxCell id="EnvoA6NxCNI2YnVRdgfu-152" value="" style="shape=tableRow;horizontal=0;startSize=0;swimlaneHead=0;swimlaneBody=0;top=0;left=0;bottom=0;right=0;collapsible=0;dropTarget=0;fillColor=none;points=[[0,0.5],[1,0.5]];portConstraint=eastwest;" parent="EnvoA6NxCNI2YnVRdgfu-57" vertex="1">
                    <mxGeometry y="150" width="250" height="30" as="geometry"/>
                </mxCell>
                <mxCell id="EnvoA6NxCNI2YnVRdgfu-153" value="" style="shape=partialRectangle;html=1;whiteSpace=wrap;connectable=0;fillColor=none;top=0;left=0;bottom=0;right=0;overflow=hidden;" parent="EnvoA6NxCNI2YnVRdgfu-152" vertex="1">
                    <mxGeometry width="55" height="30" as="geometry">
                        <mxRectangle width="55" height="30" as="alternateBounds"/>
                    </mxGeometry>
                </mxCell>
                <mxCell id="EnvoA6NxCNI2YnVRdgfu-154" value="interest_value: FLOAT" style="shape=partialRectangle;html=1;whiteSpace=wrap;connectable=0;fillColor=none;top=0;left=0;bottom=0;right=0;align=left;spacingLeft=6;overflow=hidden;" parent="EnvoA6NxCNI2YnVRdgfu-152" vertex="1">
                    <mxGeometry x="55" width="195" height="30" as="geometry">
                        <mxRectangle width="195" height="30" as="alternateBounds"/>
                    </mxGeometry>
                </mxCell>
                <mxCell id="EnvoA6NxCNI2YnVRdgfu-155" value="" style="shape=tableRow;horizontal=0;startSize=0;swimlaneHead=0;swimlaneBody=0;top=0;left=0;bottom=0;right=0;collapsible=0;dropTarget=0;fillColor=none;points=[[0,0.5],[1,0.5]];portConstraint=eastwest;" parent="EnvoA6NxCNI2YnVRdgfu-57" vertex="1">
                    <mxGeometry y="180" width="250" height="30" as="geometry"/>
                </mxCell>
                <mxCell id="EnvoA6NxCNI2YnVRdgfu-156" value="" style="shape=partialRectangle;html=1;whiteSpace=wrap;connectable=0;fillColor=none;top=0;left=0;bottom=0;right=0;overflow=hidden;" parent="EnvoA6NxCNI2YnVRdgfu-155" vertex="1">
                    <mxGeometry width="55" height="30" as="geometry">
                        <mxRectangle width="55" height="30" as="alternateBounds"/>
                    </mxGeometry>
                </mxCell>
                <mxCell id="EnvoA6NxCNI2YnVRdgfu-157" value="total_value: GENERATED FLOAT" style="shape=partialRectangle;html=1;whiteSpace=wrap;connectable=0;fillColor=none;top=0;left=0;bottom=0;right=0;align=left;spacingLeft=6;overflow=hidden;" parent="EnvoA6NxCNI2YnVRdgfu-155" vertex="1">
                    <mxGeometry x="55" width="195" height="30" as="geometry">
                        <mxRectangle width="195" height="30" as="alternateBounds"/>
                    </mxGeometry>
                </mxCell>
                <mxCell id="EnvoA6NxCNI2YnVRdgfu-108" value="" style="shape=tableRow;horizontal=0;startSize=0;swimlaneHead=0;swimlaneBody=0;top=0;left=0;bottom=0;right=0;collapsible=0;dropTarget=0;fillColor=none;points=[[0,0.5],[1,0.5]];portConstraint=eastwest;" parent="EnvoA6NxCNI2YnVRdgfu-57" vertex="1">
                    <mxGeometry y="210" width="250" height="30" as="geometry"/>
                </mxCell>
                <mxCell id="EnvoA6NxCNI2YnVRdgfu-109" value="" style="shape=partialRectangle;html=1;whiteSpace=wrap;connectable=0;fillColor=none;top=0;left=0;bottom=0;right=0;overflow=hidden;" parent="EnvoA6NxCNI2YnVRdgfu-108" vertex="1">
                    <mxGeometry width="55" height="30" as="geometry">
                        <mxRectangle width="55" height="30" as="alternateBounds"/>
                    </mxGeometry>
                </mxCell>
                <mxCell id="EnvoA6NxCNI2YnVRdgfu-110" value="status: VARCHAR" style="shape=partialRectangle;html=1;whiteSpace=wrap;connectable=0;fillColor=none;top=0;left=0;bottom=0;right=0;align=left;spacingLeft=6;overflow=hidden;" parent="EnvoA6NxCNI2YnVRdgfu-108" vertex="1">
                    <mxGeometry x="55" width="195" height="30" as="geometry">
                        <mxRectangle width="195" height="30" as="alternateBounds"/>
                    </mxGeometry>
                </mxCell>
                <mxCell id="EnvoA6NxCNI2YnVRdgfu-138" value="" style="shape=tableRow;horizontal=0;startSize=0;swimlaneHead=0;swimlaneBody=0;top=0;left=0;bottom=0;right=0;collapsible=0;dropTarget=0;fillColor=none;points=[[0,0.5],[1,0.5]];portConstraint=eastwest;" parent="EnvoA6NxCNI2YnVRdgfu-57" vertex="1">
                    <mxGeometry y="240" width="250" height="30" as="geometry"/>
                </mxCell>
                <mxCell id="EnvoA6NxCNI2YnVRdgfu-139" value="" style="shape=partialRectangle;html=1;whiteSpace=wrap;connectable=0;fillColor=none;top=0;left=0;bottom=0;right=0;overflow=hidden;" parent="EnvoA6NxCNI2YnVRdgfu-138" vertex="1">
                    <mxGeometry width="55" height="30" as="geometry">
                        <mxRectangle width="55" height="30" as="alternateBounds"/>
                    </mxGeometry>
                </mxCell>
                <mxCell id="EnvoA6NxCNI2YnVRdgfu-140" value="created_at: TIMESTAMP" style="shape=partialRectangle;html=1;whiteSpace=wrap;connectable=0;fillColor=none;top=0;left=0;bottom=0;right=0;align=left;spacingLeft=6;overflow=hidden;" parent="EnvoA6NxCNI2YnVRdgfu-138" vertex="1">
                    <mxGeometry x="55" width="195" height="30" as="geometry">
                        <mxRectangle width="195" height="30" as="alternateBounds"/>
                    </mxGeometry>
                </mxCell>
                <mxCell id="EnvoA6NxCNI2YnVRdgfu-141" value="" style="shape=tableRow;horizontal=0;startSize=0;swimlaneHead=0;swimlaneBody=0;top=0;left=0;bottom=0;right=0;collapsible=0;dropTarget=0;fillColor=none;points=[[0,0.5],[1,0.5]];portConstraint=eastwest;" parent="EnvoA6NxCNI2YnVRdgfu-57" vertex="1">
                    <mxGeometry y="270" width="250" height="30" as="geometry"/>
                </mxCell>
                <mxCell id="EnvoA6NxCNI2YnVRdgfu-142" value="" style="shape=partialRectangle;html=1;whiteSpace=wrap;connectable=0;fillColor=none;top=0;left=0;bottom=0;right=0;overflow=hidden;" parent="EnvoA6NxCNI2YnVRdgfu-141" vertex="1">
                    <mxGeometry width="55" height="30" as="geometry">
                        <mxRectangle width="55" height="30" as="alternateBounds"/>
                    </mxGeometry>
                </mxCell>
                <mxCell id="EnvoA6NxCNI2YnVRdgfu-143" value="updated_at: TIMESTAMP" style="shape=partialRectangle;html=1;whiteSpace=wrap;connectable=0;fillColor=none;top=0;left=0;bottom=0;right=0;align=left;spacingLeft=6;overflow=hidden;" parent="EnvoA6NxCNI2YnVRdgfu-141" vertex="1">
                    <mxGeometry x="55" width="195" height="30" as="geometry">
                        <mxRectangle width="195" height="30" as="alternateBounds"/>
                    </mxGeometry>
                </mxCell>
                <mxCell id="EnvoA6NxCNI2YnVRdgfu-111" value="Pending&lt;br&gt;Late&lt;br&gt;Paid" style="shape=note;whiteSpace=wrap;html=1;backgroundOutline=1;darkOpacity=0.05;fontSize=13;size=18;" parent="1" vertex="1">
                    <mxGeometry x="290" y="645" width="80" height="90" as="geometry"/>
                </mxCell>
                <mxCell id="EnvoA6NxCNI2YnVRdgfu-112" style="edgeStyle=none;html=1;exitX=0;exitY=0.5;exitDx=0;exitDy=0;entryX=1;entryY=0.5;entryDx=0;entryDy=0;fontSize=13;endArrow=none;endFill=0;startArrow=ERmany;startFill=0;" parent="1" source="EnvoA6NxCNI2YnVRdgfu-22" target="EnvoA6NxCNI2YnVRdgfu-6" edge="1">
                    <mxGeometry relative="1" as="geometry"/>
                </mxCell>
                <mxCell id="EnvoA6NxCNI2YnVRdgfu-113" style="edgeStyle=none;html=1;exitX=0;exitY=0.5;exitDx=0;exitDy=0;entryX=0;entryY=0.5;entryDx=0;entryDy=0;fontSize=13;startArrow=ERmany;startFill=0;endArrow=none;endFill=0;curved=1;" parent="1" source="EnvoA6NxCNI2YnVRdgfu-25" target="EnvoA6NxCNI2YnVRdgfu-45" edge="1">
                    <mxGeometry relative="1" as="geometry">
                        <Array as="points">
                            <mxPoint x="300" y="220"/>
                        </Array>
                    </mxGeometry>
                </mxCell>
                <mxCell id="EnvoA6NxCNI2YnVRdgfu-115" style="edgeStyle=none;html=1;exitX=0;exitY=0.5;exitDx=0;exitDy=0;entryX=0;entryY=0.5;entryDx=0;entryDy=0;fontSize=13;startArrow=ERmany;startFill=0;endArrow=none;endFill=0;rounded=0;" parent="1" source="EnvoA6NxCNI2YnVRdgfu-61" target="EnvoA6NxCNI2YnVRdgfu-19" edge="1">
                    <mxGeometry relative="1" as="geometry">
                        <Array as="points">
                            <mxPoint x="10" y="510"/>
                            <mxPoint x="10" y="390"/>
                            <mxPoint x="250" y="390"/>
                        </Array>
                    </mxGeometry>
                </mxCell>
                <mxCell id="EnvoA6NxCNI2YnVRdgfu-116" value="payments" style="shape=table;startSize=30;container=1;collapsible=0;childLayout=tableLayout;fixedRows=1;rowLines=0;fontStyle=1;" parent="1" vertex="1">
                    <mxGeometry x="60" y="780" width="250" height="210" as="geometry"/>
                </mxCell>
                <mxCell id="EnvoA6NxCNI2YnVRdgfu-117" value="" style="shape=tableRow;horizontal=0;startSize=0;swimlaneHead=0;swimlaneBody=0;top=0;left=0;bottom=0;right=0;collapsible=0;dropTarget=0;fillColor=none;points=[[0,0.5],[1,0.5]];portConstraint=eastwest;" parent="EnvoA6NxCNI2YnVRdgfu-116" vertex="1">
                    <mxGeometry y="30" width="250" height="30" as="geometry"/>
                </mxCell>
                <mxCell id="EnvoA6NxCNI2YnVRdgfu-118" value="PK" style="shape=partialRectangle;html=1;whiteSpace=wrap;connectable=0;fillColor=none;top=0;left=0;bottom=0;right=0;overflow=hidden;pointerEvents=1;" parent="EnvoA6NxCNI2YnVRdgfu-117" vertex="1">
                    <mxGeometry width="55" height="30" as="geometry">
                        <mxRectangle width="55" height="30" as="alternateBounds"/>
                    </mxGeometry>
                </mxCell>
                <mxCell id="EnvoA6NxCNI2YnVRdgfu-119" value="payment_id: SERIAL" style="shape=partialRectangle;html=1;whiteSpace=wrap;connectable=0;fillColor=none;top=0;left=0;bottom=0;right=0;align=left;spacingLeft=6;overflow=hidden;fontStyle=1" parent="EnvoA6NxCNI2YnVRdgfu-117" vertex="1">
                    <mxGeometry x="55" width="195" height="30" as="geometry">
                        <mxRectangle width="195" height="30" as="alternateBounds"/>
                    </mxGeometry>
                </mxCell>
                <mxCell id="EnvoA6NxCNI2YnVRdgfu-120" value="" style="shape=tableRow;horizontal=0;startSize=0;swimlaneHead=0;swimlaneBody=0;top=0;left=0;bottom=0;right=0;collapsible=0;dropTarget=0;fillColor=none;points=[[0,0.5],[1,0.5]];portConstraint=eastwest;" parent="EnvoA6NxCNI2YnVRdgfu-116" vertex="1">
                    <mxGeometry y="60" width="250" height="30" as="geometry"/>
                </mxCell>
                <mxCell id="EnvoA6NxCNI2YnVRdgfu-121" value="FK" style="shape=partialRectangle;html=1;whiteSpace=wrap;connectable=0;fillColor=none;top=0;left=0;bottom=0;right=0;overflow=hidden;" parent="EnvoA6NxCNI2YnVRdgfu-120" vertex="1">
                    <mxGeometry width="55" height="30" as="geometry">
                        <mxRectangle width="55" height="30" as="alternateBounds"/>
                    </mxGeometry>
                </mxCell>
                <mxCell id="EnvoA6NxCNI2YnVRdgfu-122" value="&lt;u&gt;installment_id&lt;/u&gt;: INT" style="shape=partialRectangle;html=1;whiteSpace=wrap;connectable=0;fillColor=none;top=0;left=0;bottom=0;right=0;align=left;spacingLeft=6;overflow=hidden;" parent="EnvoA6NxCNI2YnVRdgfu-120" vertex="1">
                    <mxGeometry x="55" width="195" height="30" as="geometry">
                        <mxRectangle width="195" height="30" as="alternateBounds"/>
                    </mxGeometry>
                </mxCell>
                <mxCell id="EnvoA6NxCNI2YnVRdgfu-123" value="" style="shape=tableRow;horizontal=0;startSize=0;swimlaneHead=0;swimlaneBody=0;top=0;left=0;bottom=0;right=0;collapsible=0;dropTarget=0;fillColor=none;points=[[0,0.5],[1,0.5]];portConstraint=eastwest;" parent="EnvoA6NxCNI2YnVRdgfu-116" vertex="1">
                    <mxGeometry y="90" width="250" height="30" as="geometry"/>
                </mxCell>
                <mxCell id="EnvoA6NxCNI2YnVRdgfu-124" value="" style="shape=partialRectangle;html=1;whiteSpace=wrap;connectable=0;fillColor=none;top=0;left=0;bottom=0;right=0;overflow=hidden;" parent="EnvoA6NxCNI2YnVRdgfu-123" vertex="1">
                    <mxGeometry width="55" height="30" as="geometry">
                        <mxRectangle width="55" height="30" as="alternateBounds"/>
                    </mxGeometry>
                </mxCell>
                <mxCell id="EnvoA6NxCNI2YnVRdgfu-125" value="payment_date: DATE" style="shape=partialRectangle;html=1;whiteSpace=wrap;connectable=0;fillColor=none;top=0;left=0;bottom=0;right=0;align=left;spacingLeft=6;overflow=hidden;" parent="EnvoA6NxCNI2YnVRdgfu-123" vertex="1">
                    <mxGeometry x="55" width="195" height="30" as="geometry">
                        <mxRectangle width="195" height="30" as="alternateBounds"/>
                    </mxGeometry>
                </mxCell>
                <mxCell id="EnvoA6NxCNI2YnVRdgfu-126" value="" style="shape=tableRow;horizontal=0;startSize=0;swimlaneHead=0;swimlaneBody=0;top=0;left=0;bottom=0;right=0;collapsible=0;dropTarget=0;fillColor=none;points=[[0,0.5],[1,0.5]];portConstraint=eastwest;" parent="EnvoA6NxCNI2YnVRdgfu-116" vertex="1">
                    <mxGeometry y="120" width="250" height="30" as="geometry"/>
                </mxCell>
                <mxCell id="EnvoA6NxCNI2YnVRdgfu-127" value="" style="shape=partialRectangle;html=1;whiteSpace=wrap;connectable=0;fillColor=none;top=0;left=0;bottom=0;right=0;overflow=hidden;" parent="EnvoA6NxCNI2YnVRdgfu-126" vertex="1">
                    <mxGeometry width="55" height="30" as="geometry">
                        <mxRectangle width="55" height="30" as="alternateBounds"/>
                    </mxGeometry>
                </mxCell>
                <mxCell id="EnvoA6NxCNI2YnVRdgfu-128" value="amount: FLOAT" style="shape=partialRectangle;html=1;whiteSpace=wrap;connectable=0;fillColor=none;top=0;left=0;bottom=0;right=0;align=left;spacingLeft=6;overflow=hidden;" parent="EnvoA6NxCNI2YnVRdgfu-126" vertex="1">
                    <mxGeometry x="55" width="195" height="30" as="geometry">
                        <mxRectangle width="195" height="30" as="alternateBounds"/>
                    </mxGeometry>
                </mxCell>
                <mxCell id="EnvoA6NxCNI2YnVRdgfu-129" value="" style="shape=tableRow;horizontal=0;startSize=0;swimlaneHead=0;swimlaneBody=0;top=0;left=0;bottom=0;right=0;collapsible=0;dropTarget=0;fillColor=none;points=[[0,0.5],[1,0.5]];portConstraint=eastwest;" parent="EnvoA6NxCNI2YnVRdgfu-116" vertex="1">
                    <mxGeometry y="150" width="250" height="30" as="geometry"/>
                </mxCell>
                <mxCell id="EnvoA6NxCNI2YnVRdgfu-130" value="" style="shape=partialRectangle;html=1;whiteSpace=wrap;connectable=0;fillColor=none;top=0;left=0;bottom=0;right=0;overflow=hidden;" parent="EnvoA6NxCNI2YnVRdgfu-129" vertex="1">
                    <mxGeometry width="55" height="30" as="geometry">
                        <mxRectangle width="55" height="30" as="alternateBounds"/>
                    </mxGeometry>
                </mxCell>
                <mxCell id="EnvoA6NxCNI2YnVRdgfu-131" value="payment_method: VARCHAR" style="shape=partialRectangle;html=1;whiteSpace=wrap;connectable=0;fillColor=none;top=0;left=0;bottom=0;right=0;align=left;spacingLeft=6;overflow=hidden;" parent="EnvoA6NxCNI2YnVRdgfu-129" vertex="1">
                    <mxGeometry x="55" width="195" height="30" as="geometry">
                        <mxRectangle width="195" height="30" as="alternateBounds"/>
                    </mxGeometry>
                </mxCell>
                <mxCell id="EnvoA6NxCNI2YnVRdgfu-145" value="" style="shape=tableRow;horizontal=0;startSize=0;swimlaneHead=0;swimlaneBody=0;top=0;left=0;bottom=0;right=0;collapsible=0;dropTarget=0;fillColor=none;points=[[0,0.5],[1,0.5]];portConstraint=eastwest;" parent="EnvoA6NxCNI2YnVRdgfu-116" vertex="1">
                    <mxGeometry y="180" width="250" height="30" as="geometry"/>
                </mxCell>
                <mxCell id="EnvoA6NxCNI2YnVRdgfu-146" value="" style="shape=partialRectangle;html=1;whiteSpace=wrap;connectable=0;fillColor=none;top=0;left=0;bottom=0;right=0;overflow=hidden;" parent="EnvoA6NxCNI2YnVRdgfu-145" vertex="1">
                    <mxGeometry width="55" height="30" as="geometry">
                        <mxRectangle width="55" height="30" as="alternateBounds"/>
                    </mxGeometry>
                </mxCell>
                <mxCell id="EnvoA6NxCNI2YnVRdgfu-147" value="created_at: TIMESTAMP" style="shape=partialRectangle;html=1;whiteSpace=wrap;connectable=0;fillColor=none;top=0;left=0;bottom=0;right=0;align=left;spacingLeft=6;overflow=hidden;" parent="EnvoA6NxCNI2YnVRdgfu-145" vertex="1">
                    <mxGeometry x="55" width="195" height="30" as="geometry">
                        <mxRectangle width="195" height="30" as="alternateBounds"/>
                    </mxGeometry>
                </mxCell>
                <mxCell id="EnvoA6NxCNI2YnVRdgfu-151" style="edgeStyle=none;html=1;exitX=0;exitY=0.5;exitDx=0;exitDy=0;entryX=0;entryY=0.5;entryDx=0;entryDy=0;fontSize=13;startArrow=ERmany;startFill=0;endArrow=none;endFill=0;curved=1;" parent="1" source="EnvoA6NxCNI2YnVRdgfu-120" target="EnvoA6NxCNI2YnVRdgfu-58" edge="1">
                    <mxGeometry relative="1" as="geometry">
                        <Array as="points">
                            <mxPoint x="-10" y="660"/>
                        </Array>
                    </mxGeometry>
                </mxCell>
            </root>
        </mxGraphModel>
    </diagram>
    <diagram id="7PUo3HwHMaGDpgg02rnd" name="Silver">
        <mxGraphModel grid="1" page="1" gridSize="10" guides="1" tooltips="1" connect="1" arrows="1" fold="1" pageScale="1" pageWidth="850" pageHeight="1100" math="0" shadow="0">
            <root>
                <mxCell id="0"/>
                <mxCell id="1" parent="0"/>
            </root>
        </mxGraphModel>
    </diagram>
    <diagram id="KmHLoiFbaALvZDqFdr-O" name="Gold">
        <mxGraphModel grid="1" page="1" gridSize="10" guides="1" tooltips="1" connect="1" arrows="1" fold="1" pageScale="1" pageWidth="850" pageHeight="1100" math="0" shadow="0">
            <root>
                <mxCell id="0"/>
                <mxCell id="1" parent="0"/>
            </root>
        </mxGraphModel>
    </diagram>
</mxfile>